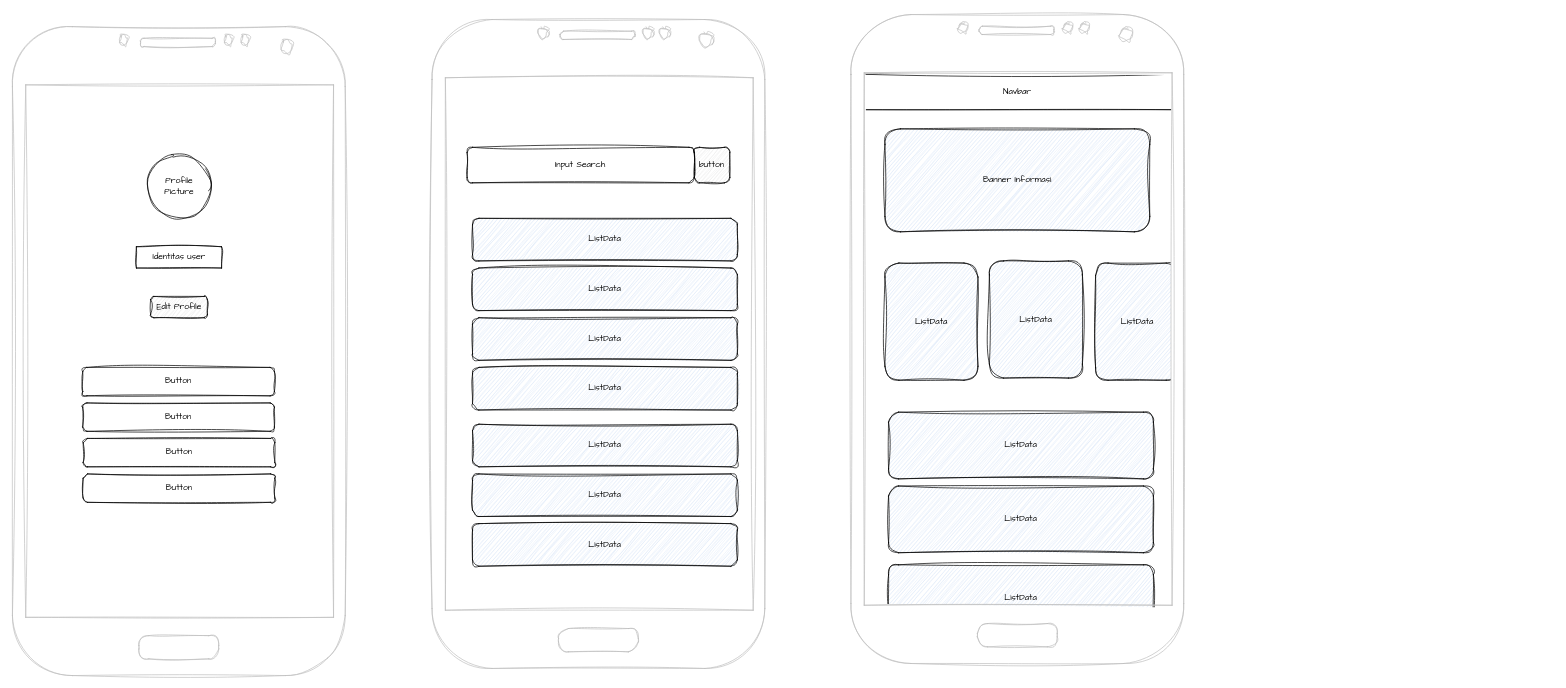
Above: page "WhiteFrame" (7 of 7) of Arsitektur-Model-PUI.drawio in naufalfirman23/FILE-DIAGRAM (draw.io), before the change. Source tidied: cells renumbered, new cells numbered last; positions are measured from the earlier drawing's top-left corner, leaving out a move shared by most shapes. Both pictures are drawn from the tidied source at 71%, with x=0, y=0 at pixel (12, 14).
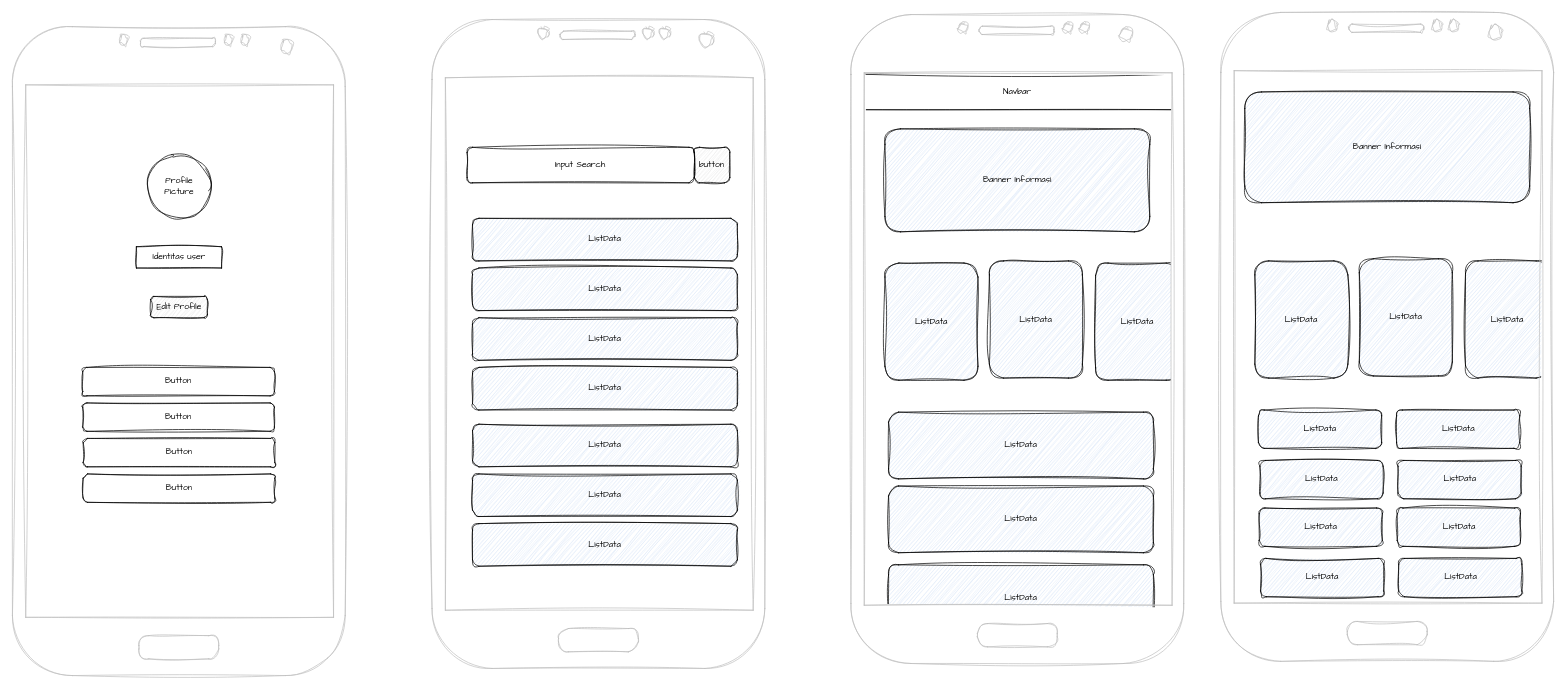
Above is the later version.

What changed in the source:
```diff
@@
+    <mxCell id="30" value="ListData" style="rounded=1;whiteSpace=wrap;html=1;sketch=1;hachureGap=4;jiggle=2;curveFitting=1;fontFamily=Architects Daughter;fillColor=#D4E1F5;" parent="1" vertex="1">
+      <mxGeometry x="2046.6" y="347" width="117" height="165" as="geometry" />
+    </mxCell>
+    <mxCell id="31" style="verticalLabelPosition=bottom;verticalAlign=top;html=1;shadow=0;dashed=0;strokeWidth=1;shape=mxgraph.android.phone2;strokeColor=#c0c0c0;sketch=1;hachureGap=4;jiggle=2;curveFitting=1;fontFamily=Architects Daughter;" parent="1" vertex="1">
+      <mxGeometry x="1702" y="-3" width="468.7" height="914" as="geometry" />
+    </mxCell>
+    <mxCell id="32" value="Banner Informasi" style="rounded=1;whiteSpace=wrap;html=1;sketch=1;hachureGap=4;jiggle=2;curveFitting=1;fontFamily=Architects Daughter;fillColor=#D4E1F5;" parent="1" vertex="1">
+      <mxGeometry x="1735.7" y="109" width="401.3" height="156" as="geometry" />
+    </mxCell>
+    <mxCell id="33" value="ListData" style="rounded=1;whiteSpace=wrap;html=1;sketch=1;hachureGap=4;jiggle=2;curveFitting=1;fontFamily=Architects Daughter;fillColor=#D4E1F5;" parent="1" vertex="1">
+      <mxGeometry x="1749.9" y="347" width="131" height="165" as="geometry" />
+    </mxCell>
+    <mxCell id="34" value="ListData" style="rounded=1;whiteSpace=wrap;html=1;sketch=1;hachureGap=4;jiggle=2;curveFitting=1;fontFamily=Architects Daughter;fillColor=#D4E1F5;" parent="1" vertex="1">
+      <mxGeometry x="1897" y="344" width="131" height="165" as="geometry" />
+    </mxCell>
+    <mxCell id="35" style="group;" parent="1" vertex="1">
+      <mxGeometry x="1755" y="557" width="368" height="54" as="geometry" />
+    </mxCell>
+    <mxCell id="36" value="ListData" style="rounded=1;whiteSpace=wrap;html=1;sketch=1;hachureGap=4;jiggle=2;curveFitting=1;fontFamily=Architects Daughter;fillColor=#D4E1F5;" parent="35" vertex="1">
+      <mxGeometry width="173.5" height="54" as="geometry" />
+    </mxCell>
+    <mxCell id="37" value="ListData" style="rounded=1;whiteSpace=wrap;html=1;sketch=1;hachureGap=4;jiggle=2;curveFitting=1;fontFamily=Architects Daughter;fillColor=#D4E1F5;" parent="35" vertex="1">
+      <mxGeometry x="194.5" width="173.5" height="54" as="geometry" />
+    </mxCell>
+    <mxCell id="38" style="group;" parent="1" vertex="1">
+      <mxGeometry x="1757" y="628" width="368" height="54" as="geometry" />
+    </mxCell>
+    <mxCell id="39" value="ListData" style="rounded=1;whiteSpace=wrap;html=1;sketch=1;hachureGap=4;jiggle=2;curveFitting=1;fontFamily=Architects Daughter;fillColor=#D4E1F5;" parent="38" vertex="1">
+      <mxGeometry width="173.5" height="54" as="geometry" />
+    </mxCell>
+    <mxCell id="40" value="ListData" style="rounded=1;whiteSpace=wrap;html=1;sketch=1;hachureGap=4;jiggle=2;curveFitting=1;fontFamily=Architects Daughter;fillColor=#D4E1F5;" parent="38" vertex="1">
+      <mxGeometry x="194.5" width="173.5" height="54" as="geometry" />
+    </mxCell>
+    <mxCell id="41" style="group;" parent="1" vertex="1">
+      <mxGeometry x="1756" y="695" width="368" height="54" as="geometry" />
+    </mxCell>
+    <mxCell id="42" value="ListData" style="rounded=1;whiteSpace=wrap;html=1;sketch=1;hachureGap=4;jiggle=2;curveFitting=1;fontFamily=Architects Daughter;fillColor=#D4E1F5;" parent="41" vertex="1">
+      <mxGeometry width="173.5" height="54" as="geometry" />
+    </mxCell>
+    <mxCell id="43" value="ListData" style="rounded=1;whiteSpace=wrap;html=1;sketch=1;hachureGap=4;jiggle=2;curveFitting=1;fontFamily=Architects Daughter;fillColor=#D4E1F5;" parent="41" vertex="1">
+      <mxGeometry x="194.5" width="173.5" height="54" as="geometry" />
+    </mxCell>
+    <mxCell id="44" style="group;" parent="1" vertex="1">
+      <mxGeometry x="1758" y="766" width="368" height="54" as="geometry" />
+    </mxCell>
+    <mxCell id="45" value="ListData" style="rounded=1;whiteSpace=wrap;html=1;sketch=1;hachureGap=4;jiggle=2;curveFitting=1;fontFamily=Architects Daughter;fillColor=#D4E1F5;" parent="44" vertex="1">
+      <mxGeometry width="173.5" height="54" as="geometry" />
+    </mxCell>
+    <mxCell id="46" value="ListData" style="rounded=1;whiteSpace=wrap;html=1;sketch=1;hachureGap=4;jiggle=2;curveFitting=1;fontFamily=Architects Daughter;fillColor=#D4E1F5;" parent="44" vertex="1">
+      <mxGeometry x="194.5" width="173.5" height="54" as="geometry" />
+    </mxCell>
```
